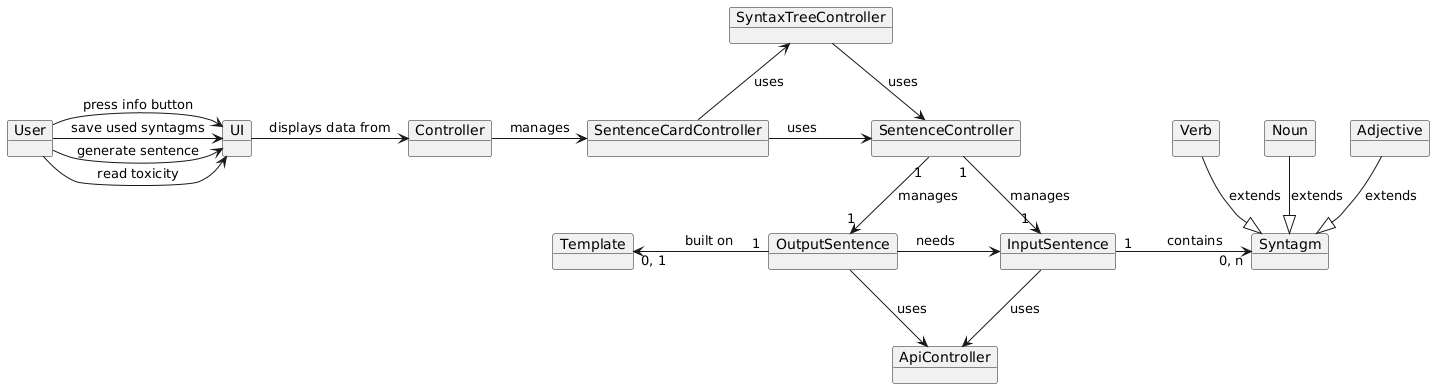
Earlier version of the PlantUML export docs/DomainModel/DomainModel2.png (63616E617A7A61/NonSenseGenerator).
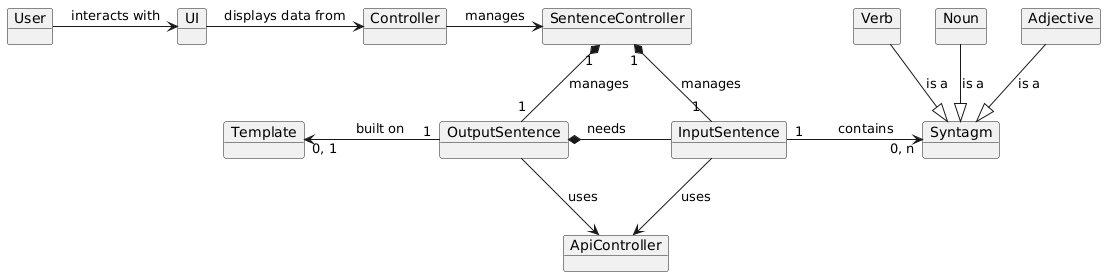
After the commit.

Change to the diagram source:
```diff
@@ -12,24 +12,14 @@
 object "Adjective" as a
 object "SentenceController" as sc
 
-object "SyntaxTreeController" as stc
-object "SentenceCardController" as scc
-
-u -right-> ui : generate sentence
-u --> ui: press info button
-u --> ui: save used syntagms
-u --> ui: read toxicity
+u -right-> ui : interacts with
 
 ui -right-> c : displays data from
 
-c -right-> scc : manages
-scc -up-> stc : uses
+c -right-> sc : manages
 
-scc -right-> sc : uses\t\t
-stc -right-> sc : uses
-
-sc "1" --> "\t1" is : manages
-sc "1" --> "1" os : manages
+sc "1" *-- "\t1" is : manages
+sc "1" *-- "1" os : manages
 
 os -down-> ac : uses
 is -down-> ac : uses
@@ -37,9 +27,9 @@
 os "1" -left-> "0, 1" t : \tbuilt on\t
 
 is "1" -right-> "0, n" s : \tcontains\t
-os -right-> is : needs\t
+os *-right- is : needs\t
 
-v --|> s : extends
-n --|> s : extends
-a --|> s : extends
+v --|> s : is a
+n --|> s : is a
+a --|> s : is a
 @enduml
```
